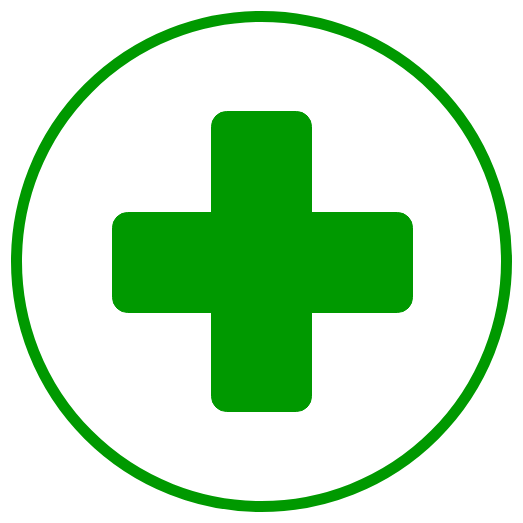
MindHardt/Artisan.II keeps this draw.io diagram as page "Checkbox" (1 of 11) of Artisan.II/Client.Common/wwwroot/src/icons.drawio. Above is the earlier version. Source tidied: cells renumbered, new cells numbered last; positions are measured from the earlier drawing's top-left corner, leaving out a move shared by most shapes. Both pictures are drawn from the tidied source at 100%, with x=0, y=0 at pixel (16, 16).
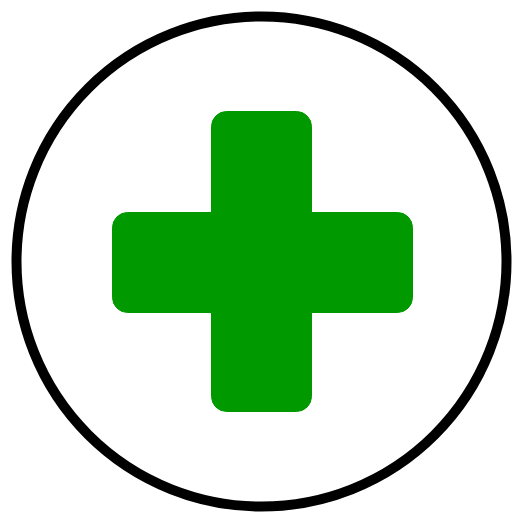
The same diagram, later.

Diff of the diagram source:
```diff
@@
 <mxGraphModel>
   <root>
     <mxCell id="0" />
     <mxCell id="1" parent="0" />
-    <mxCell id="2" style="ellipse;whiteSpace=wrap;html=1;fillColor=none;strokeWidth=11;strokeColor=#009900;" parent="1" vertex="1">
+    <mxCell id="2" style="ellipse;whiteSpace=wrap;html=1;fillColor=none;strokeWidth=10;strokeColor=#000000;" parent="1" vertex="1">
       <mxGeometry width="490" height="490" as="geometry" />
     </mxCell>
     <mxCell id="3" style="rounded=1;whiteSpace=wrap;html=1;strokeColor=#009900;fillColor=#009900;" parent="1" vertex="1">
       <mxGeometry x="96" y="196" width="300" height="100" as="geometry" />
     </mxCell>
     <mxCell id="4" style="rounded=1;whiteSpace=wrap;html=1;strokeColor=#009900;fillColor=#009900;rotation=90;" parent="1" vertex="1">
       <mxGeometry x="95" y="195" width="300" height="100" as="geometry" />
     </mxCell>
   </root>
 </mxGraphModel>
```
